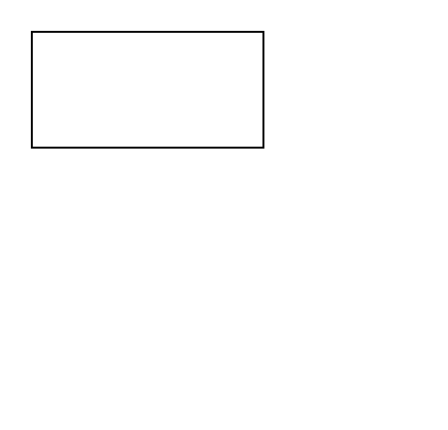
The draw.io diagram Seller.drawio in gubyonov/seller-draw, before the edit. Source tidied: cells renumbered, new cells numbered last; positions are measured from the earlier drawing's top-left corner, leaving out a move shared by most shapes. Both pictures are drawn from the tidied source at 193%, with x=0, y=0 at pixel (31, 31).
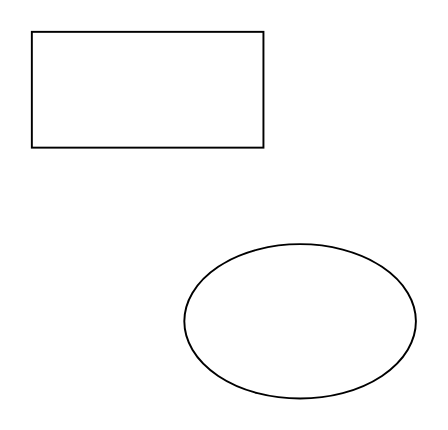
Above is the later version.

Change to the diagram source:
```diff
@@
 <mxGraphModel>
   <root>
     <mxCell id="0" />
     <mxCell id="1" parent="0" />
     <mxCell id="2" style="rounded=0;whiteSpace=wrap;html=1;" parent="1" vertex="1">
       <mxGeometry width="120" height="60" as="geometry" />
     </mxCell>
+    <mxCell id="3" style="ellipse;whiteSpace=wrap;html=1;" parent="1" vertex="1">
+      <mxGeometry x="79" y="110" width="120" height="80" as="geometry" />
+    </mxCell>
   </root>
 </mxGraphModel>
```
